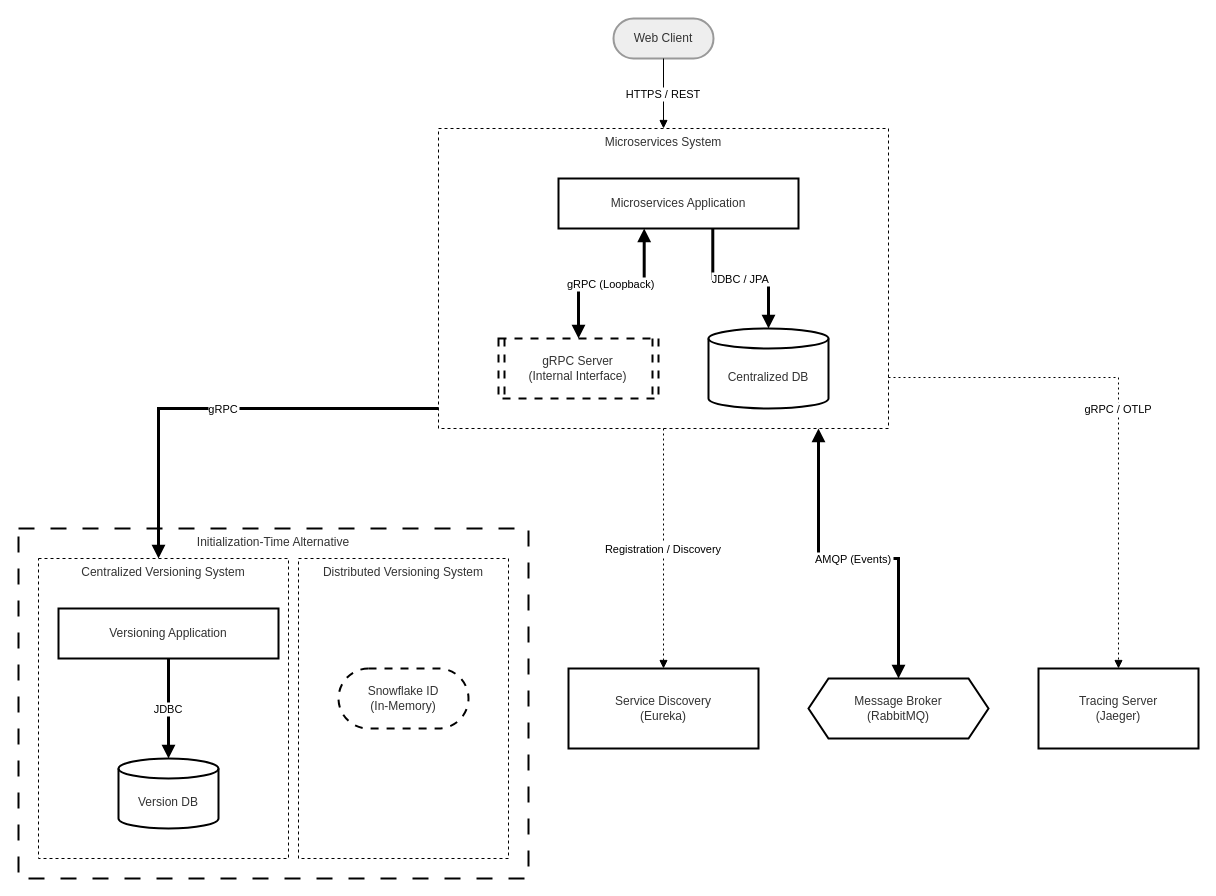
Above: data/figs/architecture/topology_grpc.drawio in socialsoftware/microservices-simulator (draw.io), before the change. Source tidied: cells renumbered, new cells numbered last; positions are measured from the earlier drawing's top-left corner, leaving out a move shared by most shapes. Both pictures are drawn from the tidied source at 100%, with x=0, y=0 at pixel (18, 18).
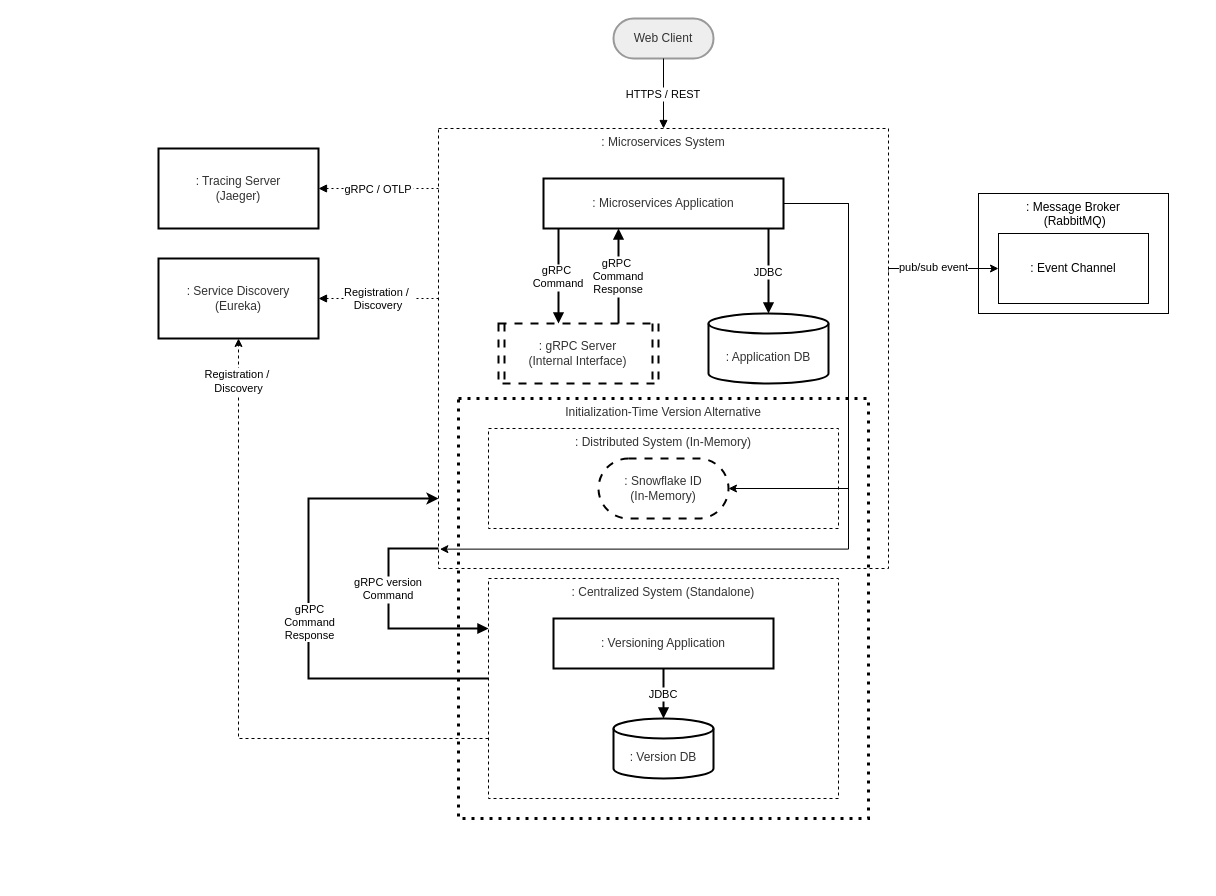
After the change.

The edit, as a diff of the source:
```diff
@@
+    <mxCell id="24" value=": Message Broker&lt;div&gt;&amp;nbsp;(RabbitMQ)&lt;/div&gt;" style="whiteSpace=wrap;html=1;verticalAlign=top;" parent="1" vertex="1">
+      <mxGeometry x="960" y="175" width="190" height="120" as="geometry" />
+    </mxCell>
+    <mxCell id="25" value=": Event Channel" style="whiteSpace=wrap;html=1;" parent="1" vertex="1">
+      <mxGeometry x="980" y="215" width="150" height="70" as="geometry" />
+    </mxCell>
+    <mxCell id="26" style="edgeStyle=orthogonalEdgeStyle;rounded=0;jettySize=auto;html=1;" parent="1" edge="1" target="25">
+      <mxGeometry relative="1" as="geometry">
+        <mxPoint x="870" y="254.4" as="sourcePoint" />
+        <Array as="points">
+          <mxPoint x="870" y="250" />
+        </Array>
+      </mxGeometry>
+    </mxCell>
+    <mxCell id="27" value="pub/sub event" style="edgeLabel;html=1;align=center;verticalAlign=middle;" parent="26" vertex="1">
+      <mxGeometry x="-0.15" y="-3" relative="1" as="geometry">
+        <mxPoint y="-5" as="offset" />
+      </mxGeometry>
+    </mxCell>
+    <mxCell id="5" value=": Microservices System" style="whiteSpace=wrap;strokeWidth=1;verticalAlign=top;fillColor=default;strokeColor=#000000;fontColor=light-dark(#333333,#cccccc);dashed=1;dashPattern=3 3;" parent="1" vertex="1">
+      <mxGeometry x="420" y="110" width="450" height="440" as="geometry" />
+    </mxCell>
-    <mxCell id="2" value="Initialization-Time Alternative" style="whiteSpace=wrap;strokeWidth=2;fillColor=none;strokeColor=#000000;fontColor=light-dark(#333333,#cccccc);dashed=1;dashPattern=8 8;verticalAlign=top;" parent="1" vertex="1">
-      <mxGeometry y="510" width="510" height="350" as="geometry" />
+    <mxCell id="2" value="Initialization-Time Version Alternative" style="whiteSpace=wrap;strokeWidth=3;fillColor=none;strokeColor=#000000;fontColor=light-dark(#333333,#cccccc);dashed=1;dashPattern=1 2;verticalAlign=top;" parent="1" vertex="1">
+      <mxGeometry x="440" y="380" width="410" height="420" as="geometry" />
     </mxCell>
-    <mxCell id="3" value="Distributed Versioning System" style="whiteSpace=wrap;strokeWidth=1;verticalAlign=top;fillColor=none;strokeColor=#000000;fontColor=light-dark(#333333,#cccccc);dashed=1;dashPattern=3 3;" parent="1" vertex="1">
-      <mxGeometry x="280" y="540" width="210" height="300" as="geometry" />
+    <mxCell id="3" value=": Distributed System (In-Memory)" style="whiteSpace=wrap;strokeWidth=1;verticalAlign=top;fillColor=none;strokeColor=#000000;fontColor=light-dark(#333333,#cccccc);dashed=1;dashPattern=3 3;" parent="1" vertex="1">
+      <mxGeometry x="470" y="410" width="350" height="100" as="geometry" />
     </mxCell>
+    <mxCell id="28" style="edgeStyle=orthogonalEdgeStyle;rounded=0;jettySize=auto;html=1;strokeWidth=2;" parent="1" edge="1" source="4" target="5">
+      <mxGeometry relative="1" as="geometry">
+        <Array as="points">
+          <mxPoint x="290" y="660" />
+          <mxPoint x="290" y="480" />
+        </Array>
+      </mxGeometry>
+    </mxCell>
+    <mxCell id="29" value="gRPC&lt;div&gt;Command&lt;/div&gt;&lt;div&gt;Response&lt;/div&gt;" style="edgeLabel;html=1;align=center;verticalAlign=middle;" parent="28" vertex="1">
+      <mxGeometry x="0.07" y="4" relative="1" as="geometry">
+        <mxPoint x="4" y="25" as="offset" />
+      </mxGeometry>
+    </mxCell>
+    <mxCell id="30" style="edgeStyle=orthogonalEdgeStyle;rounded=0;jettySize=auto;html=1;dashed=1;" parent="1" edge="1" source="4" target="8">
+      <mxGeometry relative="1" as="geometry">
+        <Array as="points">
+          <mxPoint x="220" y="720" />
+        </Array>
+      </mxGeometry>
+    </mxCell>
+    <mxCell id="31" value="Registration /&amp;nbsp;&lt;br style=&quot;padding: 0px; margin: 0px;&quot;&gt;Discovery" style="edgeLabel;html=1;align=center;verticalAlign=middle;" parent="30" vertex="1">
+      <mxGeometry x="0.87" y="1" relative="1" as="geometry" />
+    </mxCell>
-    <mxCell id="4" value="Centralized Versioning System" style="whiteSpace=wrap;strokeWidth=1;verticalAlign=top;fillColor=none;strokeColor=#000000;fontColor=light-dark(#333333,#cccccc);dashed=1;dashPattern=3 3;" parent="1" vertex="1">
-      <mxGeometry x="20" y="540" width="250" height="300" as="geometry" />
+    <mxCell id="4" value=": Centralized System (Standalone)" style="whiteSpace=wrap;strokeWidth=1;verticalAlign=top;fillColor=default;strokeColor=#000000;fontColor=light-dark(#333333,#cccccc);dashed=1;dashPattern=3 3;" parent="1" vertex="1">
+      <mxGeometry x="470" y="560" width="350" height="220" as="geometry" />
     </mxCell>
-    <mxCell id="5" value="Microservices System" style="whiteSpace=wrap;strokeWidth=1;verticalAlign=top;fillColor=none;strokeColor=#000000;fontColor=light-dark(#333333,#cccccc);dashed=1;dashPattern=3 3;" parent="1" vertex="1">
-      <mxGeometry x="420" y="110" width="450" height="300" as="geometry" />
-    </mxCell>
@@
-    <mxCell id="7" value="Snowflake ID&#10;(In-Memory)" style="rounded=1;whiteSpace=wrap;arcSize=50;strokeWidth=2;fillColor=#ffffff;strokeColor=#000000;fontColor=light-dark(#333333,#cccccc);dashed=1;dashPattern=4 4;" parent="1" vertex="1">
-      <mxGeometry x="320" y="650" width="130" height="60" as="geometry" />
+    <mxCell id="7" value=": Snowflake ID&#10;(In-Memory)" style="rounded=1;whiteSpace=wrap;arcSize=50;strokeWidth=2;fillColor=#ffffff;strokeColor=#000000;fontColor=light-dark(#333333,#cccccc);dashed=1;dashPattern=4 4;" parent="1" vertex="1">
+      <mxGeometry x="580" y="440" width="130" height="60" as="geometry" />
     </mxCell>
-    <mxCell id="8" value="Service Discovery&#10;(Eureka)" style="whiteSpace=wrap;strokeWidth=2;fillColor=#ffffff;strokeColor=#000000;fontColor=light-dark(#333333,#cccccc);" parent="1" vertex="1">
-      <mxGeometry x="550" y="650" width="190" height="80" as="geometry" />
+    <mxCell id="8" value=": Service Discovery&#10;(Eureka)" style="whiteSpace=wrap;strokeWidth=2;fillColor=#ffffff;strokeColor=#000000;fontColor=light-dark(#333333,#cccccc);" parent="1" vertex="1">
+      <mxGeometry x="140" y="240" width="160" height="80" as="geometry" />
     </mxCell>
-    <mxCell id="9" value="Message Broker&#10;(RabbitMQ)" style="shape=hexagon;perimeter=hexagonPerimeter2;fixedSize=1;strokeWidth=2;whiteSpace=wrap;fillColor=#ffffff;strokeColor=#000000;fontColor=light-dark(#333333,#cccccc);" parent="1" vertex="1">
-      <mxGeometry x="790" y="660" width="180" height="60" as="geometry" />
-    </mxCell>
-    <mxCell id="10" value="Tracing Server&#10;(Jaeger)" style="whiteSpace=wrap;strokeWidth=2;fillColor=#ffffff;strokeColor=#000000;fontColor=light-dark(#333333,#cccccc);" parent="1" vertex="1">
-      <mxGeometry x="1020" y="650" width="160" height="80" as="geometry" />
+    <mxCell id="10" value=": Tracing Server&#10;(Jaeger)" style="whiteSpace=wrap;strokeWidth=2;fillColor=#ffffff;strokeColor=#000000;fontColor=light-dark(#333333,#cccccc);" parent="1" vertex="1">
+      <mxGeometry x="140" y="130" width="160" height="80" as="geometry" />
     </mxCell>
@@
-    <mxCell id="12" value="gRPC" style="startArrow=none;endArrow=block;strokeWidth=3;rounded=0;edgeStyle=orthogonalEdgeStyle;" parent="1" edge="1" source="5" target="4">
-      <mxGeometry relative="1" as="geometry">
+    <mxCell id="12" value="gRPC version&#10;Command" style="startArrow=none;endArrow=block;strokeWidth=2;rounded=0;edgeStyle=orthogonalEdgeStyle;startFill=0;endSize=6;" parent="1" edge="1" source="5" target="4">
+      <mxGeometry x="-0.22" relative="1" as="geometry">
         <Array as="points">
-          <mxPoint x="140" y="390" />
+          <mxPoint x="370" y="530" />
+          <mxPoint x="370" y="610" />
         </Array>
       </mxGeometry>
     </mxCell>
-    <mxCell id="13" value="Registration / Discovery" style="dashed=1;dashPattern=2 3;startArrow=none;endArrow=block;exitX=0.5;exitY=1;entryX=0.5;entryY=0;rounded=0;edgeStyle=orthogonalEdgeStyle;" parent="1" edge="1" source="5" target="8">
-      <mxGeometry relative="1" as="geometry" />
+    <mxCell id="13" value="Registration / &#10;Discovery" style="dashed=1;dashPattern=2 3;startArrow=none;endArrow=block;rounded=0;edgeStyle=orthogonalEdgeStyle;" parent="1" edge="1" source="5" target="8">
+      <mxGeometry relative="1" as="geometry">
+        <Array as="points">
+          <mxPoint x="390" y="280" />
+          <mxPoint x="390" y="280" />
+        </Array>
+      </mxGeometry>
     </mxCell>
-    <mxCell id="14" value="AMQP (Events)" style="startArrow=block;endArrow=block;strokeWidth=3;rounded=0;edgeStyle=orthogonalEdgeStyle;" parent="1" edge="1" source="5" target="9">
-      <mxGeometry relative="1" as="geometry">
-        <Array as="points">
-          <mxPoint x="800" y="540" />
-          <mxPoint x="880" y="540" />
-        </Array>
-      </mxGeometry>
-    </mxCell>
-    <mxCell id="15" value="gRPC / OTLP" style="dashed=1;dashPattern=2 3;startArrow=none;endArrow=block;exitX=1;exitY=0.83;entryX=0.5;entryY=0;rounded=0;edgeStyle=orthogonalEdgeStyle;" parent="1" edge="1" source="5" target="10">
-      <mxGeometry relative="1" as="geometry" />
+    <mxCell id="15" value="gRPC / OTLP" style="dashed=1;dashPattern=2 3;startArrow=none;endArrow=block;rounded=0;edgeStyle=orthogonalEdgeStyle;" parent="1" edge="1" source="5" target="10">
+      <mxGeometry relative="1" as="geometry">
+        <Array as="points">
+          <mxPoint x="400" y="170" />
+          <mxPoint x="400" y="170" />
+        </Array>
+      </mxGeometry>
     </mxCell>
-    <mxCell id="16" value="Versioning Application" style="whiteSpace=wrap;strokeWidth=2;fillColor=#ffffff;strokeColor=#000000;fontColor=light-dark(#333333,#cccccc);" parent="1" vertex="1">
-      <mxGeometry x="40" y="590" width="220" height="50" as="geometry" />
+    <mxCell id="16" value=": Versioning Application" style="whiteSpace=wrap;strokeWidth=2;fillColor=#ffffff;strokeColor=#000000;fontColor=light-dark(#333333,#cccccc);" parent="1" vertex="1">
+      <mxGeometry x="535" y="600" width="220" height="50" as="geometry" />
     </mxCell>
-    <mxCell id="17" value="Version DB" style="shape=cylinder3;boundedLbl=1;backgroundOutline=1;size=10;strokeWidth=2;whiteSpace=wrap;fillColor=#ffffff;strokeColor=#000000;fontColor=light-dark(#333333,#cccccc);" parent="1" vertex="1">
-      <mxGeometry x="100" y="740" width="100" height="70" as="geometry" />
+    <mxCell id="17" value=": Version DB" style="shape=cylinder3;boundedLbl=1;backgroundOutline=1;size=10;strokeWidth=2;whiteSpace=wrap;fillColor=#ffffff;strokeColor=#000000;fontColor=light-dark(#333333,#cccccc);" parent="1" vertex="1">
+      <mxGeometry x="595" y="700" width="100" height="60" as="geometry" />
     </mxCell>
-    <mxCell id="18" value="JDBC" style="startArrow=none;endArrow=block;strokeWidth=3;exitX=0.5;exitY=0.99;entryX=0.5;entryY=-0.01;rounded=0;edgeStyle=orthogonalEdgeStyle;" parent="1" edge="1" source="16" target="17">
+    <mxCell id="18" value="JDBC" style="startArrow=none;endArrow=block;strokeWidth=2;exitX=0.5;exitY=0.99;entryX=0.5;entryY=-0.01;rounded=0;edgeStyle=orthogonalEdgeStyle;" parent="1" edge="1" source="16" target="17">
       <mxGeometry relative="1" as="geometry" />
     </mxCell>
+    <mxCell id="32" style="edgeStyle=orthogonalEdgeStyle;rounded=0;jettySize=auto;html=1;" parent="1" edge="1" source="19" target="7">
+      <mxGeometry relative="1" as="geometry">
+        <Array as="points">
+          <mxPoint x="830" y="185" />
+          <mxPoint x="830" y="470" />
+        </Array>
+      </mxGeometry>
+    </mxCell>
-    <mxCell id="19" value="Microservices Application" style="whiteSpace=wrap;strokeWidth=2;fillColor=#ffffff;strokeColor=#000000;fontColor=light-dark(#333333,#cccccc);" parent="1" vertex="1">
-      <mxGeometry x="540" y="160" width="240" height="50" as="geometry" />
+    <mxCell id="19" value=": Microservices Application" style="whiteSpace=wrap;strokeWidth=2;fillColor=#ffffff;strokeColor=#000000;fontColor=light-dark(#333333,#cccccc);" parent="1" vertex="1">
+      <mxGeometry x="525" y="160" width="240" height="50" as="geometry" />
     </mxCell>
-    <mxCell id="20" value="gRPC Server&#10;(Internal Interface)" style="strokeWidth=2;shape=process;whiteSpace=wrap;size=0.04;fillColor=#ffffff;strokeColor=#000000;fontColor=light-dark(#333333,#cccccc);dashed=1;dashPattern=4 4;" parent="1" vertex="1">
-      <mxGeometry x="480" y="320" width="160" height="60" as="geometry" />
+    <mxCell id="20" value=": gRPC Server&#10;(Internal Interface)" style="strokeWidth=2;shape=process;whiteSpace=wrap;size=0.04;fillColor=#ffffff;strokeColor=#000000;fontColor=light-dark(#333333,#cccccc);dashed=1;dashPattern=4 4;" parent="1" vertex="1">
+      <mxGeometry x="480" y="305" width="160" height="60" as="geometry" />
     </mxCell>
-    <mxCell id="21" value="Centralized DB" style="shape=cylinder3;boundedLbl=1;backgroundOutline=1;size=10;strokeWidth=2;whiteSpace=wrap;fillColor=#ffffff;strokeColor=#000000;fontColor=light-dark(#333333,#cccccc);" parent="1" vertex="1">
-      <mxGeometry x="690" y="310" width="120" height="80" as="geometry" />
+    <mxCell id="21" value=": Application DB" style="shape=cylinder3;boundedLbl=1;backgroundOutline=1;size=10;strokeWidth=2;whiteSpace=wrap;fillColor=#ffffff;strokeColor=#000000;fontColor=light-dark(#333333,#cccccc);" parent="1" vertex="1">
+      <mxGeometry x="690" y="295" width="120" height="70" as="geometry" />
     </mxCell>
-    <mxCell id="22" value="gRPC (Loopback)" style="startArrow=block;endArrow=block;strokeWidth=3;exitX=0.36;exitY=0.99;entryX=0.5;entryY=0;rounded=0;edgeStyle=orthogonalEdgeStyle;" parent="1" edge="1" source="19" target="20">
-      <mxGeometry relative="1" as="geometry" />
+    <mxCell id="22" value="gRPC &#10;Command" style="startArrow=none;endArrow=block;strokeWidth=2;rounded=0;edgeStyle=orthogonalEdgeStyle;startFill=0;" parent="1" edge="1" source="19" target="20">
+      <mxGeometry relative="1" as="geometry">
+        <Array as="points">
+          <mxPoint x="540" y="270" />
+          <mxPoint x="540" y="270" />
+        </Array>
+      </mxGeometry>
     </mxCell>
-    <mxCell id="23" value="JDBC / JPA" style="startArrow=none;endArrow=block;strokeWidth=3;exitX=0.64;exitY=0.99;entryX=0.5;entryY=-0.01;rounded=0;edgeStyle=orthogonalEdgeStyle;" parent="1" edge="1" source="19" target="21">
-      <mxGeometry relative="1" as="geometry" />
+    <mxCell id="23" value="JDBC" style="startArrow=none;endArrow=block;strokeWidth=2;entryX=0.5;entryY=-0.01;rounded=0;edgeStyle=orthogonalEdgeStyle;" parent="1" edge="1" source="19" target="21">
+      <mxGeometry relative="1" as="geometry">
+        <Array as="points">
+          <mxPoint x="750" y="240" />
+          <mxPoint x="750" y="240" />
+        </Array>
+      </mxGeometry>
     </mxCell>
+    <mxCell id="33" value="gRPC &#10;Command&#10;Response" style="startArrow=none;endArrow=block;strokeWidth=2;rounded=0;edgeStyle=orthogonalEdgeStyle;startFill=0;" parent="1" edge="1" source="20" target="19">
+      <mxGeometry relative="1" as="geometry">
+        <Array as="points">
+          <mxPoint x="600" y="240" />
+          <mxPoint x="600" y="240" />
+        </Array>
+      </mxGeometry>
+    </mxCell>
+    <mxCell id="34" style="edgeStyle=orthogonalEdgeStyle;rounded=0;jettySize=auto;html=1;entryX=0.003;entryY=0.956;entryDx=0;entryDy=0;entryPerimeter=0;" parent="1" edge="1" source="19" target="5">
+      <mxGeometry relative="1" as="geometry">
+        <Array as="points">
+          <mxPoint x="830" y="185" />
+          <mxPoint x="830" y="531" />
+          <mxPoint x="421" y="531" />
+        </Array>
+      </mxGeometry>
+    </mxCell>
```
